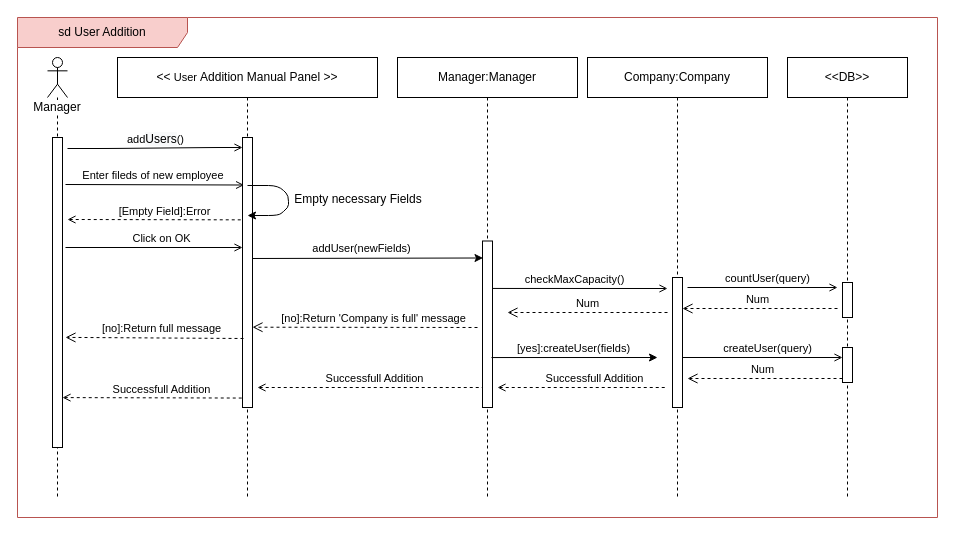
Above: page "UserAddition-SD" (18 of 20) of SequenceDiagram/Middleware_CarBaMaSequenceDiagram.drawio in MelvinMo/CarBaMa_Automotive-Sale-Application (draw.io), before the change. Source tidied: cells renumbered, new cells numbered last; positions are measured from the earlier drawing's top-left corner, leaving out a move shared by most shapes. Both pictures are drawn from the tidied source at 100%, with x=0, y=0 at pixel (17, 17).
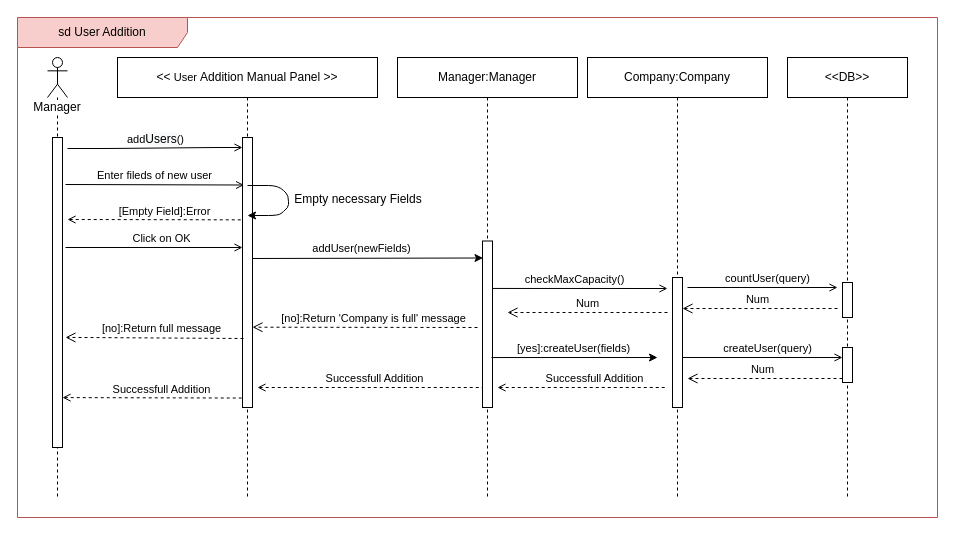
After the change.

The change refers to these unchanged cells:
```xml
<mxCell id="6" style="html=1;points=[];perimeter=orthogonalPerimeter;" parent="5" vertex="1">
  <mxGeometry x="125" y="80" width="10" height="270" as="geometry" />
</mxCell>
```

Change to the diagram source:
```diff
@@
-    <mxCell id="11" value="Enter fileds of new employee&amp;nbsp;" style="html=1;verticalAlign=bottom;endArrow=open;endFill=0;entryX=0.162;entryY=0.176;entryDx=0;entryDy=0;entryPerimeter=0;" parent="1" edge="1" target="6">
+    <mxCell id="11" value="Enter fileds of new user" style="html=1;verticalAlign=bottom;endArrow=open;endFill=0;entryX=0.162;entryY=0.176;entryDx=0;entryDy=0;entryPerimeter=0;" parent="1" edge="1" target="6">
       <mxGeometry relative="1" as="geometry">
         <mxPoint x="48" y="167" as="sourcePoint" />
       </mxGeometry>
     </mxCell>
```
